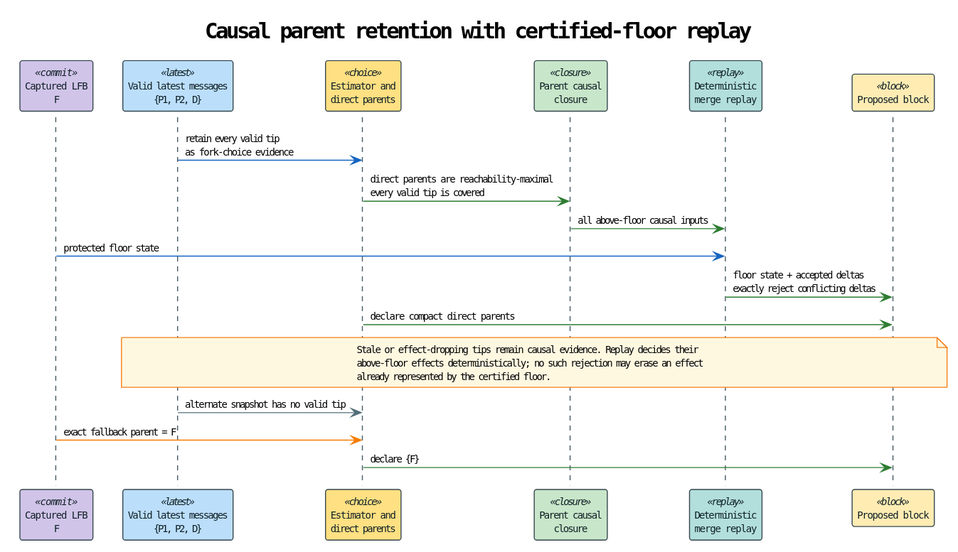
Before: docs/theory/finalized-floor/diagrams/09-state-preserving-fork-choice.svg, a diagram exported from PlantUML (F1R3FLY-io/f1r3node-rust). Source of this version:
```plantuml
@startuml
!theme plain

skinparam backgroundColor #FFFFFF
skinparam sequence {
  ArrowColor #263238
  LifeLineBorderColor #455A64
  LifeLineBackgroundColor #ECEFF1
  ParticipantBorderColor #37474F
  ParticipantFontColor #102027
}
skinparam participant {
  BackgroundColor<<commit>> #D1C4E9
  BackgroundColor<<latest>> #BBDEFB
  BackgroundColor<<choice>> #FFE082
  BackgroundColor<<closure>> #C8E6C9
  BackgroundColor<<replay>> #B2DFDB
  BackgroundColor<<block>> #FFECB3
}
skinparam note {
  BackgroundColor #FFF8E1
  BorderColor #F57F17
}
skinparam defaultFontName "monospace"
skinparam defaultFontSize 10

title Causal parent retention with certified-floor replay

participant "Captured LFB\nF" as LFB <<commit>>
participant "Valid latest messages\n{P1, P2, D}" as Latest <<latest>>
participant "Estimator and\ndirect parents" as Choice <<choice>>
participant "Parent causal\nclosure" as Closure <<closure>>
participant "Deterministic\nmerge replay" as Replay <<replay>>
participant "Proposed block" as Block <<block>>

Latest -[#1565C0]> Choice : retain every valid tip\nas fork-choice evidence
Choice -[#2E7D32]> Closure : direct parents are reachability-maximal\nevery valid tip is covered
Closure -[#2E7D32]> Replay : all above-floor causal inputs
LFB -[#1565C0]> Replay : protected floor state
Replay -[#2E7D32]> Block : floor state + accepted deltas\nexactly reject conflicting deltas
Choice -[#2E7D32]> Block : declare compact direct parents

note over Latest, Block
Stale or effect-dropping tips remain causal evidence. Replay decides their
above-floor effects deterministically; no such rejection may erase an effect
already represented by the certified floor.
end note

Latest -[#546E7A]> Choice : alternate snapshot has no valid tip
LFB -[#F57C00]> Choice : exact fallback parent = F
Choice -[#2E7D32]> Block : declare {F}
@enduml
```
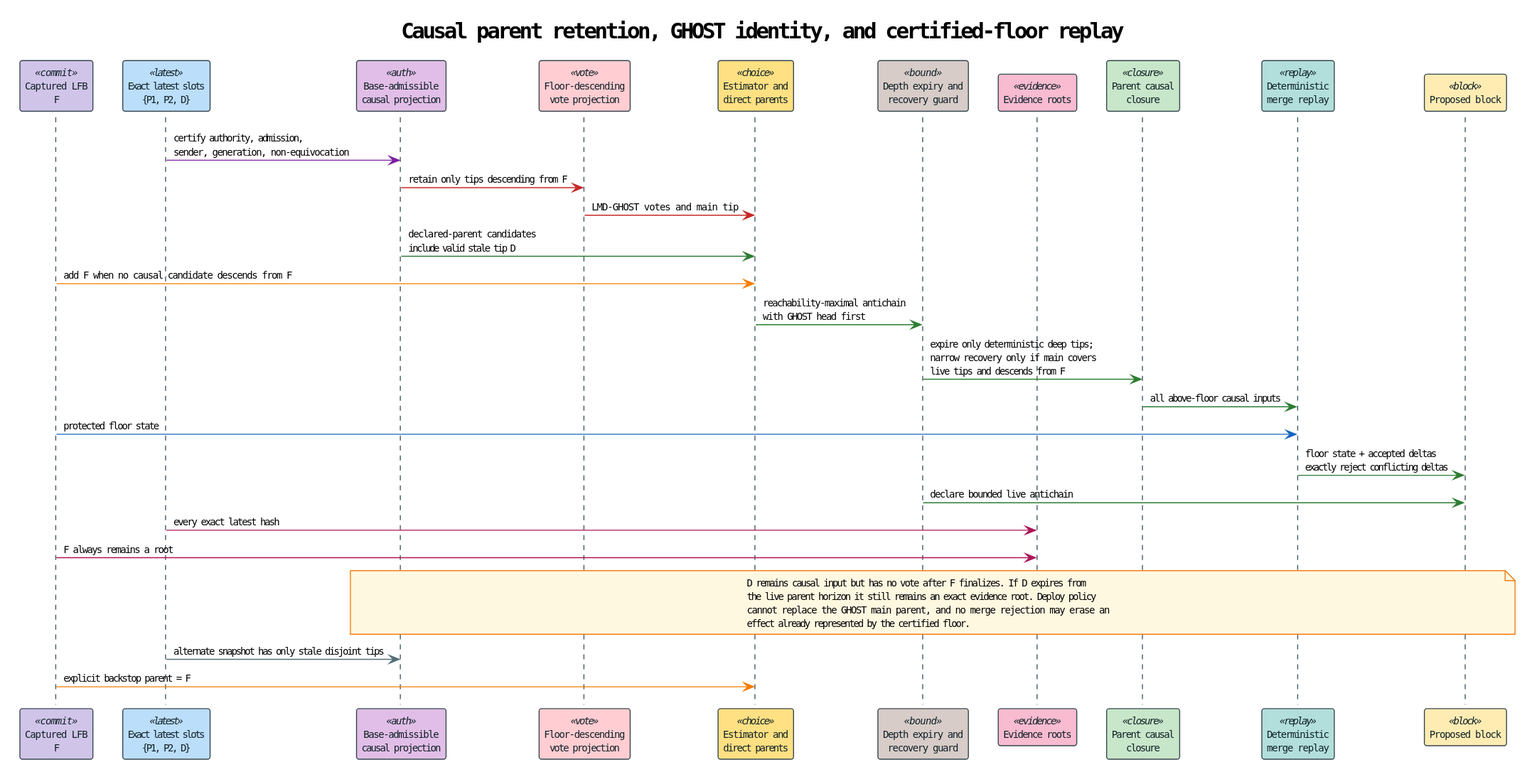
Later version of the same file.

What changed in the source:
```diff
@@ -12,7 +12,11 @@
 skinparam participant {
   BackgroundColor<<commit>> #D1C4E9
   BackgroundColor<<latest>> #BBDEFB
+  BackgroundColor<<auth>> #E1BEE7
+  BackgroundColor<<vote>> #FFCDD2
   BackgroundColor<<choice>> #FFE082
+  BackgroundColor<<bound>> #D7CCC8
+  BackgroundColor<<evidence>> #F8BBD0
   BackgroundColor<<closure>> #C8E6C9
   BackgroundColor<<replay>> #B2DFDB
   BackgroundColor<<block>> #FFECB3
@@ -24,29 +28,40 @@
 skinparam defaultFontName "monospace"
 skinparam defaultFontSize 10
 
-title Causal parent retention with certified-floor replay
+title Causal parent retention, GHOST identity, and certified-floor replay
 
 participant "Captured LFB\nF" as LFB <<commit>>
-participant "Valid latest messages\n{P1, P2, D}" as Latest <<latest>>
+participant "Exact latest slots\n{P1, P2, D}" as Latest <<latest>>
+participant "Base-admissible\ncausal projection" as Causal <<auth>>
+participant "Floor-descending\nvote projection" as Vote <<vote>>
 participant "Estimator and\ndirect parents" as Choice <<choice>>
+participant "Depth expiry and\nrecovery guard" as Bound <<bound>>
+participant "Evidence roots" as Evidence <<evidence>>
 participant "Parent causal\nclosure" as Closure <<closure>>
 participant "Deterministic\nmerge replay" as Replay <<replay>>
 participant "Proposed block" as Block <<block>>
 
-Latest -[#1565C0]> Choice : retain every valid tip\nas fork-choice evidence
-Choice -[#2E7D32]> Closure : direct parents are reachability-maximal\nevery valid tip is covered
+Latest -[#7B1FA2]> Causal : certify authority, admission,\nsender, generation, non-equivocation
+Causal -[#C62828]> Vote : retain only tips descending from F
+Vote -[#C62828]> Choice : LMD-GHOST votes and main tip
+Causal -[#2E7D32]> Choice : declared-parent candidates\ninclude valid stale tip D
+LFB -[#F57C00]> Choice : add F when no causal candidate descends from F
+Choice -[#2E7D32]> Bound : reachability-maximal antichain\nwith GHOST head first
+Bound -[#2E7D32]> Closure : expire only deterministic deep tips;\nnarrow recovery only if main covers\nlive tips and descends from F
 Closure -[#2E7D32]> Replay : all above-floor causal inputs
 LFB -[#1565C0]> Replay : protected floor state
 Replay -[#2E7D32]> Block : floor state + accepted deltas\nexactly reject conflicting deltas
-Choice -[#2E7D32]> Block : declare compact direct parents
+Bound -[#2E7D32]> Block : declare bounded live antichain
+Latest -[#AD1457]> Evidence : every exact latest hash
+LFB -[#AD1457]> Evidence : F always remains a root
 
-note over Latest, Block
-Stale or effect-dropping tips remain causal evidence. Replay decides their
-above-floor effects deterministically; no such rejection may erase an effect
-already represented by the certified floor.
+note over Causal, Block
+D remains causal input but has no vote after F finalizes. If D expires from
+the live parent horizon it still remains an exact evidence root. Deploy policy
+cannot replace the GHOST main parent, and no merge rejection may erase an
+effect already represented by the certified floor.
 end note
 
-Latest -[#546E7A]> Choice : alternate snapshot has no valid tip
-LFB -[#F57C00]> Choice : exact fallback parent = F
-Choice -[#2E7D32]> Block : declare {F}
+Latest -[#546E7A]> Causal : alternate snapshot has only stale disjoint tips
+LFB -[#F57C00]> Choice : explicit backstop parent = F
 @enduml
```
